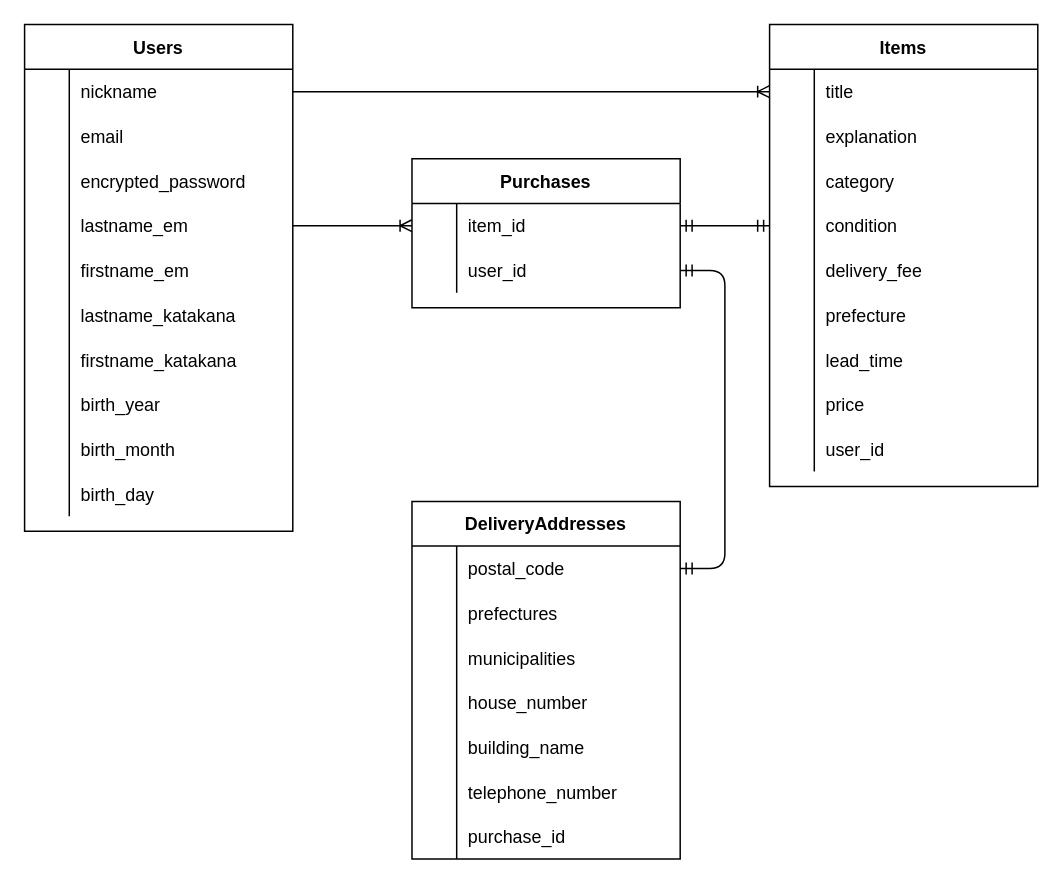
The draw.io diagram furima.dio in hirokichitana/furima-37142, before the edit. Source tidied: cells renumbered, new cells numbered last; positions are measured from the earlier drawing's top-left corner, leaving out a move shared by most shapes. Both pictures are drawn from the tidied source at 149%, with x=0, y=0 at pixel (24, 24).
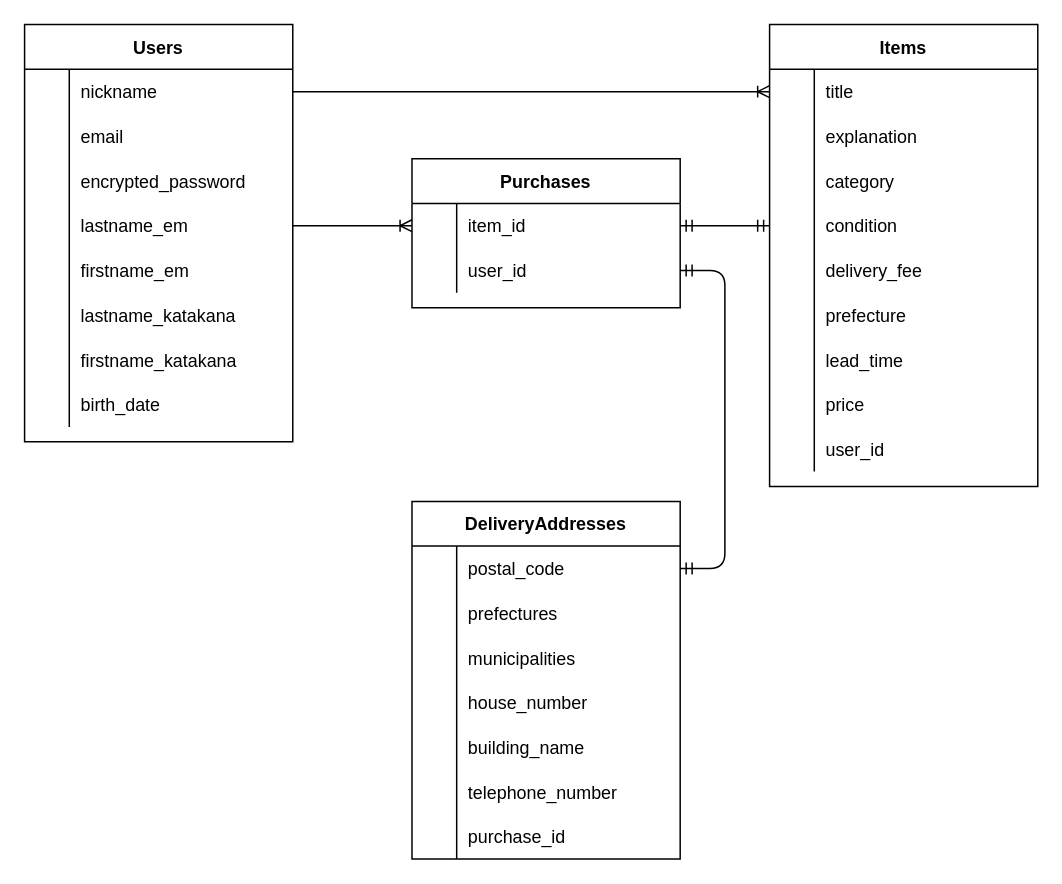
The same page after the edit.

Commit message:
ER図の再修正

Diff of the diagram source:
```diff
@@
     <mxCell id="30" value="Users" style="shape=table;startSize=30;childLayout=tableLayout;rowLines=0;fontStyle=1;align=center;" parent="1" vertex="1">
-      <mxGeometry width="180" height="340" as="geometry" />
+      <mxGeometry width="180" height="280" as="geometry" />
     </mxCell>
@@
-    <mxCell id="52" style="shape=partialRectangle;fillColor=none;top=0;left=0;bottom=0;right=0;" parent="30" vertex="1">
-      <mxGeometry y="240" width="180" height="30" as="geometry" />
-    </mxCell>
-    <mxCell id="53" style="shape=partialRectangle;fillColor=none;top=0;left=0;bottom=0;right=0;overflow=hidden;" parent="52" vertex="1">
-      <mxGeometry width="30" height="30" as="geometry" />
-    </mxCell>
-    <mxCell id="54" value="birth_year" style="shape=partialRectangle;fillColor=none;top=0;left=0;bottom=0;right=0;align=left;spacingLeft=6;overflow=hidden;" parent="52" vertex="1">
-      <mxGeometry x="30" width="150" height="30" as="geometry" />
-    </mxCell>
-    <mxCell id="55" style="shape=partialRectangle;fillColor=none;top=0;left=0;bottom=0;right=0;" parent="30" vertex="1">
-      <mxGeometry y="270" width="180" height="30" as="geometry" />
-    </mxCell>
-    <mxCell id="56" style="shape=partialRectangle;fillColor=none;top=0;left=0;bottom=0;right=0;overflow=hidden;" parent="55" vertex="1">
-      <mxGeometry width="30" height="30" as="geometry" />
-    </mxCell>
-    <mxCell id="57" value="birth_month" style="shape=partialRectangle;fillColor=none;top=0;left=0;bottom=0;right=0;align=left;spacingLeft=6;overflow=hidden;" parent="55" vertex="1">
-      <mxGeometry x="30" width="150" height="30" as="geometry" />
-    </mxCell>
     <mxCell id="58" style="shape=partialRectangle;fillColor=none;top=0;left=0;bottom=0;right=0;" parent="30" vertex="1">
-      <mxGeometry y="300" width="180" height="30" as="geometry" />
+      <mxGeometry y="240" width="180" height="30" as="geometry" />
     </mxCell>
@@
-    <mxCell id="60" value="birth_day" style="shape=partialRectangle;fillColor=none;top=0;left=0;bottom=0;right=0;align=left;spacingLeft=6;overflow=hidden;" parent="58" vertex="1">
+    <mxCell id="60" value="birth_date" style="shape=partialRectangle;fillColor=none;top=0;left=0;bottom=0;right=0;align=left;spacingLeft=6;overflow=hidden;" parent="58" vertex="1">
       <mxGeometry x="30" width="150" height="30" as="geometry" />
     </mxCell>
```
